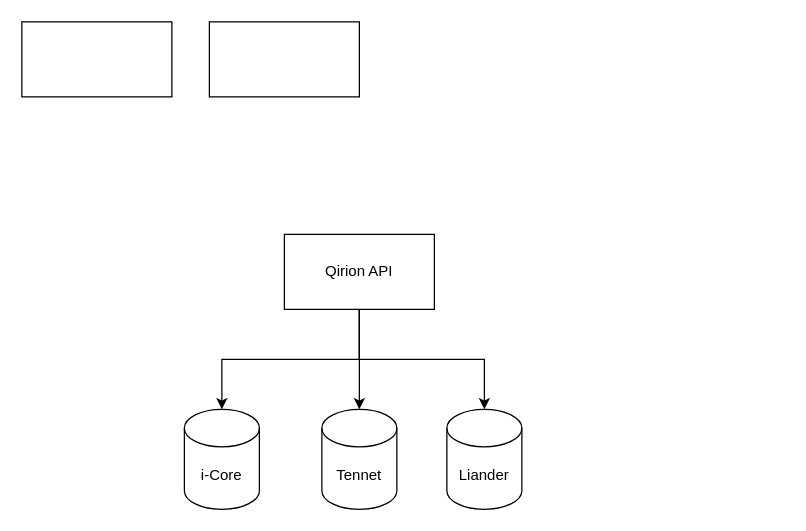
Above: staticWeb/Untitled Diagram.drawio in eleemans/react2022 (draw.io), before the change. Source tidied: cells renumbered, new cells numbered last; positions are measured from the earlier drawing's top-left corner, leaving out a move shared by most shapes. Both pictures are drawn from the tidied source at 125%, with x=0, y=0 at pixel (21, 21).
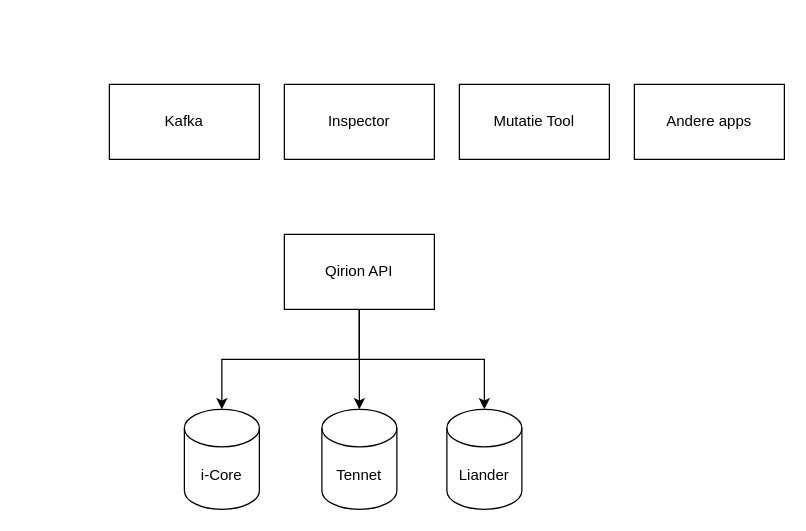
Above is the later version.

Diff of the diagram source:
```diff
@@
 <mxGraphModel>
   <root>
     <mxCell id="0" />
     <mxCell id="1" parent="0" />
     <mxCell id="2" style="edgeStyle=orthogonalEdgeStyle;rounded=0;jettySize=auto;html=1;exitX=0.5;exitY=1;exitDx=0;exitDy=0;" parent="1" edge="1" source="5" target="6">
       <mxGeometry relative="1" as="geometry" />
     </mxCell>
     <mxCell id="3" style="edgeStyle=orthogonalEdgeStyle;rounded=0;jettySize=auto;html=1;" parent="1" edge="1" source="5" target="7">
       <mxGeometry relative="1" as="geometry" />
     </mxCell>
     <mxCell id="4" style="edgeStyle=orthogonalEdgeStyle;rounded=0;jettySize=auto;html=1;exitX=0.5;exitY=1;exitDx=0;exitDy=0;entryX=0.5;entryY=0;entryDx=0;entryDy=0;entryPerimeter=0;" parent="1" edge="1" source="5" target="8">
       <mxGeometry relative="1" as="geometry" />
     </mxCell>
     <mxCell id="5" value="Qirion API" style="rounded=0;whiteSpace=wrap;html=1;" parent="1" vertex="1">
       <mxGeometry x="210" y="170" width="120" height="60" as="geometry" />
     </mxCell>
     <mxCell id="6" value="i-Core" style="shape=cylinder3;whiteSpace=wrap;html=1;boundedLbl=1;backgroundOutline=1;size=15;" parent="1" vertex="1">
       <mxGeometry x="130" y="310" width="60" height="80" as="geometry" />
     </mxCell>
     <mxCell id="7" value="Tennet" style="shape=cylinder3;whiteSpace=wrap;html=1;boundedLbl=1;backgroundOutline=1;size=15;" parent="1" vertex="1">
       <mxGeometry x="240" y="310" width="60" height="80" as="geometry" />
     </mxCell>
     <mxCell id="8" value="Liander" style="shape=cylinder3;whiteSpace=wrap;html=1;boundedLbl=1;backgroundOutline=1;size=15;" parent="1" vertex="1">
       <mxGeometry x="340" y="310" width="60" height="80" as="geometry" />
     </mxCell>
-    <mxCell id="9" style="rounded=0;whiteSpace=wrap;html=1;" parent="1" vertex="1">
-      <mxGeometry width="120" height="60" as="geometry" />
+    <mxCell id="9" value="Kafka" style="rounded=0;whiteSpace=wrap;html=1;" parent="1" vertex="1">
+      <mxGeometry x="70" y="50" width="120" height="60" as="geometry" />
     </mxCell>
-    <mxCell id="10" style="rounded=0;whiteSpace=wrap;html=1;" parent="1" vertex="1">
-      <mxGeometry x="150" width="120" height="60" as="geometry" />
+    <mxCell id="10" value="Inspector" style="rounded=0;whiteSpace=wrap;html=1;" parent="1" vertex="1">
+      <mxGeometry x="210" y="50" width="120" height="60" as="geometry" />
     </mxCell>
+    <mxCell id="11" value="Mutatie Tool" style="rounded=0;whiteSpace=wrap;html=1;" parent="1" vertex="1">
+      <mxGeometry x="350" y="50" width="120" height="60" as="geometry" />
+    </mxCell>
+    <mxCell id="12" value="Andere apps" style="rounded=0;whiteSpace=wrap;html=1;" parent="1" vertex="1">
+      <mxGeometry x="490" y="50" width="120" height="60" as="geometry" />
+    </mxCell>
   </root>
 </mxGraphModel>
```
